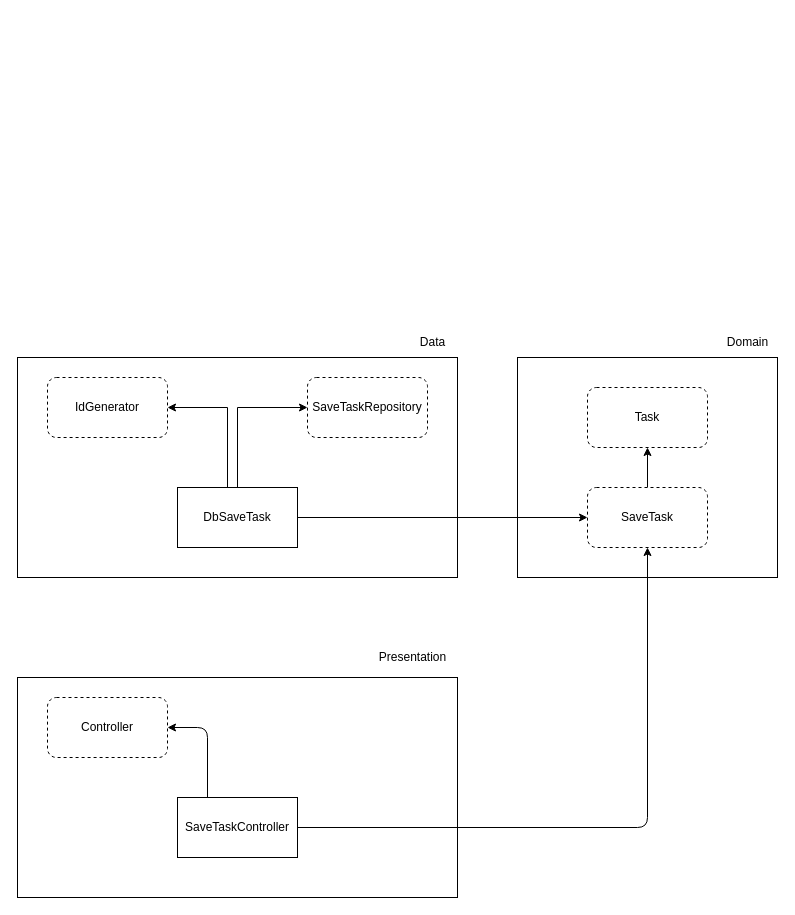
The draw.io diagram docs/diagram.drawio in mrbrunelli/clean-arch-tasks-example, before the edit. Source tidied: cells renumbered, new cells numbered last; positions are measured from the earlier drawing's top-left corner, leaving out a move shared by most shapes. Both pictures are drawn from the tidied source at 100%, with x=0, y=0 at pixel (17, 327).
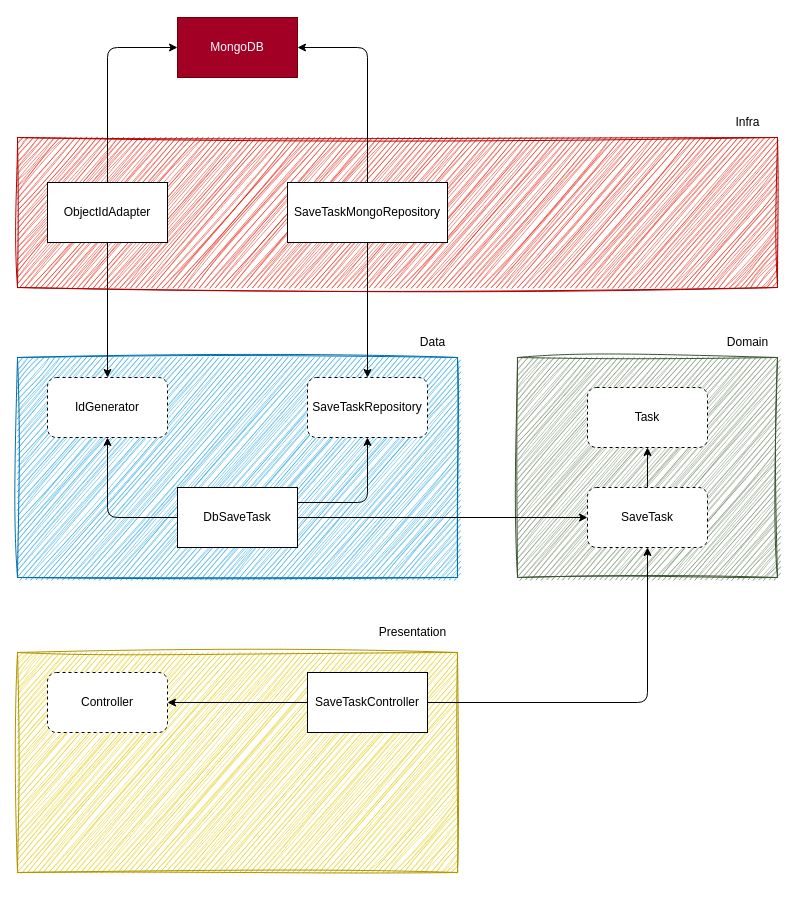
After the change.

Commit message:
add infra layer

Unchanged cells that the change refers to:
```xml
<mxCell id="6" value="SaveTask" style="rounded=1;whiteSpace=wrap;html=1;dashed=1;" parent="1" vertex="1">
  <mxGeometry x="570" y="160" width="120" height="60" as="geometry" />
</mxCell>
<mxCell id="12" value="DbSaveTask" style="rounded=0;whiteSpace=wrap;html=1;" parent="1" vertex="1">
  <mxGeometry x="160" y="160" width="120" height="60" as="geometry" />
</mxCell>
<mxCell id="13" value="SaveTaskRepository" style="rounded=1;whiteSpace=wrap;html=1;dashed=1;" parent="1" vertex="1">
  <mxGeometry x="290" y="50" width="120" height="60" as="geometry" />
</mxCell>
<mxCell id="14" value="IdGenerator" style="rounded=1;whiteSpace=wrap;html=1;dashed=1;" parent="1" vertex="1">
  <mxGeometry x="30" y="50" width="120" height="60" as="geometry" />
</mxCell>
```

What changed in the source:
```diff
@@
-    <mxCell id="2" style="rounded=0;whiteSpace=wrap;html=1;" parent="1" vertex="1">
+    <mxCell id="2" style="rounded=0;whiteSpace=wrap;html=1;fillColor=#6d8764;strokeColor=#3A5431;glass=0;shadow=0;sketch=1;curveFitting=1;jiggle=2;fontColor=#ffffff;" parent="1" vertex="1">
       <mxGeometry x="500" y="30" width="260" height="220" as="geometry" />
     </mxCell>
@@
-    <mxCell id="7" style="rounded=0;whiteSpace=wrap;html=1;" parent="1" vertex="1">
+    <mxCell id="7" style="rounded=0;whiteSpace=wrap;html=1;fillColor=#1ba1e2;fontColor=#ffffff;strokeColor=#006EAF;sketch=1;curveFitting=1;jiggle=2;" parent="1" vertex="1">
       <mxGeometry y="30" width="440" height="220" as="geometry" />
     </mxCell>
@@
-    <mxCell id="9" style="edgeStyle=orthogonalEdgeStyle;rounded=0;jettySize=auto;html=1;exitX=0.5;exitY=0;exitDx=0;exitDy=0;entryX=0;entryY=0.5;entryDx=0;entryDy=0;" parent="1" edge="1" source="12" target="13">
-      <mxGeometry relative="1" as="geometry" />
-    </mxCell>
@@
-    <mxCell id="11" style="edgeStyle=orthogonalEdgeStyle;rounded=0;jettySize=auto;html=1;" parent="1" edge="1" source="12" target="14">
+    <mxCell id="11" style="edgeStyle=none;html=1;entryX=0.5;entryY=1;entryDx=0;entryDy=0;" parent="1" edge="1" source="12" target="14">
       <mxGeometry relative="1" as="geometry">
         <Array as="points">
-          <mxPoint x="210" y="80" />
+          <mxPoint x="90" y="190" />
         </Array>
       </mxGeometry>
     </mxCell>
+    <mxCell id="9" style="edgeStyle=none;html=1;exitX=1;exitY=0.25;exitDx=0;exitDy=0;entryX=0.5;entryY=1;entryDx=0;entryDy=0;" parent="1" edge="1" source="12" target="13">
+      <mxGeometry relative="1" as="geometry">
+        <Array as="points">
+          <mxPoint x="350" y="175" />
+        </Array>
+      </mxGeometry>
+    </mxCell>
@@
-    <mxCell id="15" style="rounded=0;whiteSpace=wrap;html=1;" parent="1" vertex="1">
-      <mxGeometry y="350" width="440" height="220" as="geometry" />
+    <mxCell id="15" style="rounded=0;whiteSpace=wrap;html=1;fillColor=#e3c800;strokeColor=#B09500;sketch=1;curveFitting=1;jiggle=2;fontColor=#000000;" parent="1" vertex="1">
+      <mxGeometry y="325" width="440" height="220" as="geometry" />
     </mxCell>
     <mxCell id="16" value="Presentation" style="text;html=1;align=center;verticalAlign=middle;strokeColor=none;fillColor=none;" parent="1" vertex="1">
-      <mxGeometry x="350" y="315" width="90" height="30" as="geometry" />
+      <mxGeometry x="350" y="290" width="90" height="30" as="geometry" />
     </mxCell>
     <mxCell id="17" value="Controller" style="rounded=1;whiteSpace=wrap;html=1;dashed=1;" parent="1" vertex="1">
-      <mxGeometry x="30" y="370" width="120" height="60" as="geometry" />
+      <mxGeometry x="30" y="345" width="120" height="60" as="geometry" />
     </mxCell>
     <mxCell id="18" style="edgeStyle=none;html=1;exitX=1;exitY=0.5;exitDx=0;exitDy=0;entryX=0.5;entryY=1;entryDx=0;entryDy=0;" parent="1" edge="1" source="20" target="6">
       <mxGeometry relative="1" as="geometry">
         <Array as="points">
-          <mxPoint x="630" y="500" />
+          <mxPoint x="630" y="375" />
         </Array>
       </mxGeometry>
     </mxCell>
-    <mxCell id="19" style="edgeStyle=none;html=1;exitX=0.25;exitY=0;exitDx=0;exitDy=0;entryX=1;entryY=0.5;entryDx=0;entryDy=0;" parent="1" edge="1" source="20" target="17">
-      <mxGeometry relative="1" as="geometry">
-        <Array as="points">
-          <mxPoint x="190" y="400" />
-        </Array>
-      </mxGeometry>
+    <mxCell id="19" style="edgeStyle=none;html=1;" parent="1" edge="1" source="20" target="17">
+      <mxGeometry relative="1" as="geometry" />
     </mxCell>
     <mxCell id="20" value="SaveTaskController" style="rounded=0;whiteSpace=wrap;html=1;" parent="1" vertex="1">
-      <mxGeometry x="160" y="470" width="120" height="60" as="geometry" />
+      <mxGeometry x="290" y="345" width="120" height="60" as="geometry" />
     </mxCell>
+    <mxCell id="21" style="rounded=0;whiteSpace=wrap;html=1;fillColor=#e51400;fontColor=#ffffff;strokeColor=#B20000;sketch=1;curveFitting=1;jiggle=2;" parent="1" vertex="1">
+      <mxGeometry y="-190" width="760" height="150" as="geometry" />
+    </mxCell>
+    <mxCell id="22" value="Infra" style="text;html=1;align=center;verticalAlign=middle;strokeColor=none;fillColor=none;" parent="1" vertex="1">
+      <mxGeometry x="705" y="-220" width="50" height="30" as="geometry" />
+    </mxCell>
+    <mxCell id="23" style="edgeStyle=none;html=1;" parent="1" edge="1" source="25" target="14">
+      <mxGeometry relative="1" as="geometry" />
+    </mxCell>
+    <mxCell id="24" style="edgeStyle=none;html=1;exitX=0.5;exitY=0;exitDx=0;exitDy=0;entryX=0;entryY=0.5;entryDx=0;entryDy=0;" parent="1" edge="1" source="25" target="29">
+      <mxGeometry relative="1" as="geometry">
+        <Array as="points">
+          <mxPoint x="90" y="-280" />
+        </Array>
+      </mxGeometry>
+    </mxCell>
+    <mxCell id="25" value="ObjectIdAdapter" style="rounded=0;whiteSpace=wrap;html=1;" parent="1" vertex="1">
+      <mxGeometry x="30" y="-145" width="120" height="60" as="geometry" />
+    </mxCell>
+    <mxCell id="26" style="edgeStyle=none;html=1;entryX=0.5;entryY=0;entryDx=0;entryDy=0;" parent="1" edge="1" source="28" target="13">
+      <mxGeometry relative="1" as="geometry" />
+    </mxCell>
+    <mxCell id="27" style="edgeStyle=none;html=1;exitX=0.5;exitY=0;exitDx=0;exitDy=0;entryX=1;entryY=0.5;entryDx=0;entryDy=0;" parent="1" edge="1" source="28" target="29">
+      <mxGeometry relative="1" as="geometry">
+        <Array as="points">
+          <mxPoint x="350" y="-280" />
+        </Array>
+      </mxGeometry>
+    </mxCell>
+    <mxCell id="28" value="SaveTaskMongoRepository" style="rounded=0;whiteSpace=wrap;html=1;" parent="1" vertex="1">
+      <mxGeometry x="270" y="-145" width="160" height="60" as="geometry" />
+    </mxCell>
+    <mxCell id="29" value="MongoDB" style="rounded=0;whiteSpace=wrap;html=1;fillColor=#a20025;fontColor=#ffffff;strokeColor=#6F0000;" parent="1" vertex="1">
+      <mxGeometry x="160" y="-310" width="120" height="60" as="geometry" />
+    </mxCell>
```
